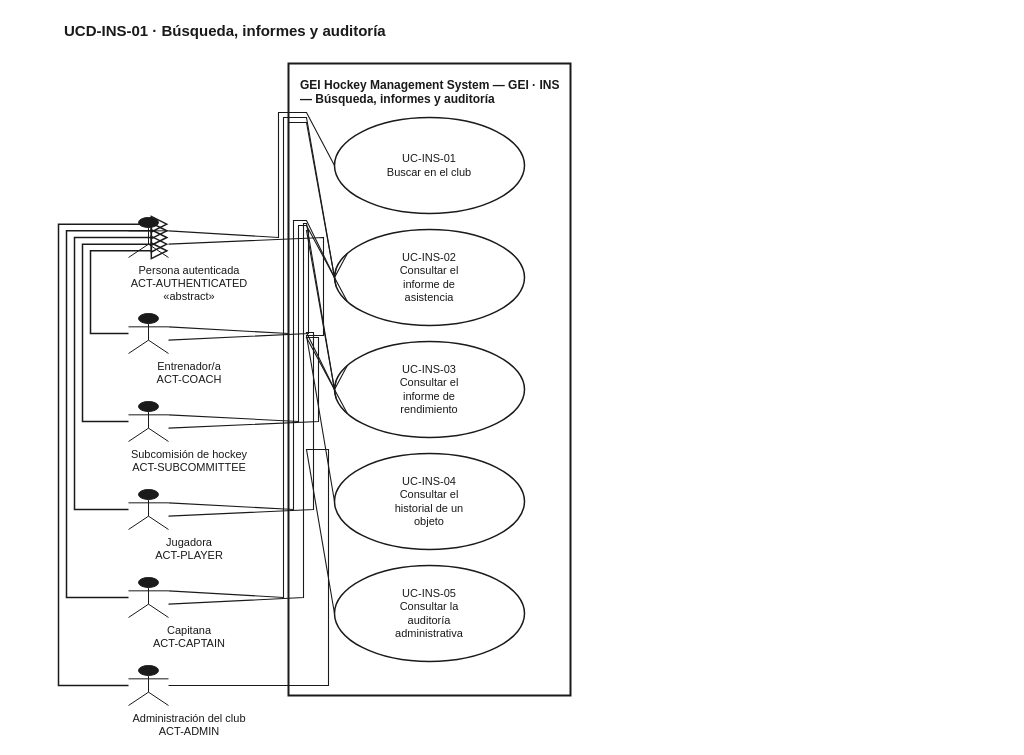
Earlier version of the draw.io diagram docs/uml/use-cases/source-v1_1/UCD-INS-01__GEI_Search_Reports_Audit.drawio (xeyroxpagode/Cluber). Source tidied: cells renumbered, new cells numbered last; positions are measured from the earlier drawing's top-left corner, leaving out a move shared by most shapes. Both pictures are drawn from the tidied source at 100%, with x=0, y=0 at pixel (58, 17).
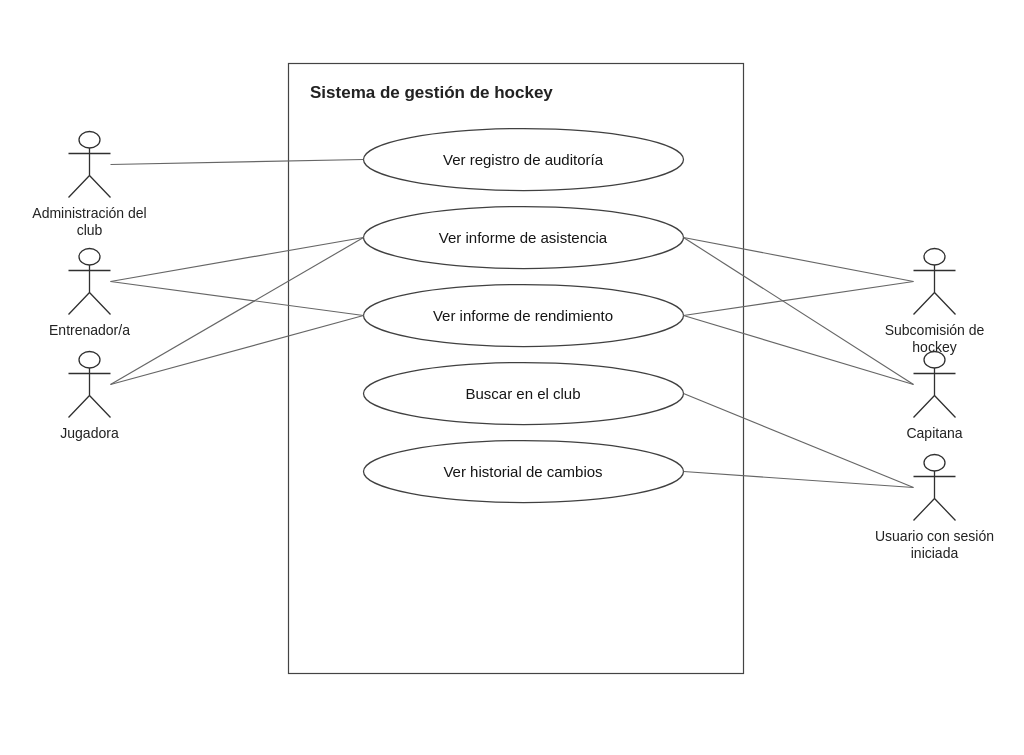
The same page after the edit.

The edit, as a diff of the source:
```diff
@@
-<mxGraphModel>
+<mxGraphModel background="#FFFFFF">
@@
-    <mxCell id="2" value="UCD-INS-01 · Búsqueda, informes y auditoría" style="text;html=1;strokeColor=none;fillColor=none;align=left;verticalAlign=middle;fontFamily=Helvetica;fontSize=15;fontStyle=1;fontColor=#1A1A1A;" parent="1" vertex="1">
-      <mxGeometry x="4" width="800" height="26" as="geometry" />
-    </mxCell>
-    <mxCell id="3" value="GEI Hockey Management System — GEI · INS — Búsqueda, informes y auditoría" style="rounded=0;whiteSpace=wrap;html=1;fillColor=#FFFFFF;strokeColor=#1A1A1A;strokeWidth=2;verticalAlign=top;align=left;spacingLeft=10;spacingTop=8;fontFamily=Helvetica;fontSize=12;fontStyle=1;fontColor=#1A1A1A;" parent="1" vertex="1">
-      <mxGeometry x="230" y="46" width="282" height="632" as="geometry" />
+    <mxCell id="3" value="Sistema de gestión de hockey" style="rounded=0;whiteSpace=wrap;html=1;fillColor=#FFFFFF;strokeColor=#444444;strokeWidth=1.2;fontStyle=1;fontSize=17;fontColor=#222222;align=left;verticalAlign=top;spacingLeft=20;spacingTop=13;" parent="1" vertex="1">
+      <mxGeometry x="230" y="46" width="455" height="610" as="geometry" />
     </mxCell>
-    <mxCell id="4" value="UC-INS-01&lt;br&gt;Buscar en el club" style="ellipse;whiteSpace=wrap;html=1;fillColor=#FFFFFF;strokeColor=#1A1A1A;strokeWidth=1.5;fontFamily=Helvetica;fontSize=11;fontColor=#1A1A1A;align=center;verticalAlign=middle;" parent="1" vertex="1">
-      <mxGeometry x="276" y="100" width="190" height="96" as="geometry" />
-    </mxCell>
-    <mxCell id="5" value="UC-INS-02&lt;br&gt;Consultar el&lt;br&gt;informe de&lt;br&gt;asistencia" style="ellipse;whiteSpace=wrap;html=1;fillColor=#FFFFFF;strokeColor=#1A1A1A;strokeWidth=1.5;fontFamily=Helvetica;fontSize=11;fontColor=#1A1A1A;align=center;verticalAlign=middle;" parent="1" vertex="1">
-      <mxGeometry x="276" y="212" width="190" height="96" as="geometry" />
-    </mxCell>
-    <mxCell id="6" value="UC-INS-03&lt;br&gt;Consultar el&lt;br&gt;informe de&lt;br&gt;rendimiento" style="ellipse;whiteSpace=wrap;html=1;fillColor=#FFFFFF;strokeColor=#1A1A1A;strokeWidth=1.5;fontFamily=Helvetica;fontSize=11;fontColor=#1A1A1A;align=center;verticalAlign=middle;" parent="1" vertex="1">
-      <mxGeometry x="276" y="324" width="190" height="96" as="geometry" />
-    </mxCell>
-    <mxCell id="7" value="UC-INS-04&lt;br&gt;Consultar el&lt;br&gt;historial de un&lt;br&gt;objeto" style="ellipse;whiteSpace=wrap;html=1;fillColor=#FFFFFF;strokeColor=#1A1A1A;strokeWidth=1.5;fontFamily=Helvetica;fontSize=11;fontColor=#1A1A1A;align=center;verticalAlign=middle;" parent="1" vertex="1">
-      <mxGeometry x="276" y="436" width="190" height="96" as="geometry" />
-    </mxCell>
-    <mxCell id="8" value="UC-INS-05&lt;br&gt;Consultar la&lt;br&gt;auditoría&lt;br&gt;administrativa" style="ellipse;whiteSpace=wrap;html=1;fillColor=#FFFFFF;strokeColor=#1A1A1A;strokeWidth=1.5;fontFamily=Helvetica;fontSize=11;fontColor=#1A1A1A;align=center;verticalAlign=middle;" parent="1" vertex="1">
-      <mxGeometry x="276" y="548" width="190" height="96" as="geometry" />
-    </mxCell>
-    <mxCell id="9" style="shape=umlActor;html=1;verticalLabelPosition=bottom;verticalAlign=top;align=center;labelBackgroundColor=#FFFFFF;fontFamily=Helvetica;fontSize=11;fontColor=#1A1A1A;strokeColor=#1A1A1A;fillColor=#1A1A1A;" parent="1" vertex="1">
-      <mxGeometry x="70" y="200" width="40" height="40" as="geometry" />
-    </mxCell>
-    <mxCell id="10" value="Persona autenticada&lt;br&gt;ACT-AUTHENTICATED&lt;br&gt;«abstract»" style="text;html=1;strokeColor=none;fillColor=none;align=center;verticalAlign=top;fontFamily=Helvetica;fontSize=11;fontColor=#1A1A1A;whiteSpace=wrap;" parent="1" vertex="1">
-      <mxGeometry x="46" y="240" width="170" height="42" as="geometry" />
-    </mxCell>
-    <mxCell id="11" style="shape=umlActor;html=1;verticalLabelPosition=bottom;verticalAlign=top;align=center;labelBackgroundColor=#FFFFFF;fontFamily=Helvetica;fontSize=11;fontColor=#1A1A1A;strokeColor=#1A1A1A;fillColor=#1A1A1A;" parent="1" vertex="1">
-      <mxGeometry x="70" y="296" width="40" height="40" as="geometry" />
-    </mxCell>
-    <mxCell id="12" value="Entrenador/a&lt;br&gt;ACT-COACH" style="text;html=1;strokeColor=none;fillColor=none;align=center;verticalAlign=top;fontFamily=Helvetica;fontSize=11;fontColor=#1A1A1A;whiteSpace=wrap;" parent="1" vertex="1">
-      <mxGeometry x="46" y="336" width="170" height="28" as="geometry" />
-    </mxCell>
-    <mxCell id="13" style="shape=umlActor;html=1;verticalLabelPosition=bottom;verticalAlign=top;align=center;labelBackgroundColor=#FFFFFF;fontFamily=Helvetica;fontSize=11;fontColor=#1A1A1A;strokeColor=#1A1A1A;fillColor=#1A1A1A;" parent="1" vertex="1">
-      <mxGeometry x="70" y="384" width="40" height="40" as="geometry" />
-    </mxCell>
-    <mxCell id="14" value="Subcomisión de hockey&lt;br&gt;ACT-SUBCOMMITTEE" style="text;html=1;strokeColor=none;fillColor=none;align=center;verticalAlign=top;fontFamily=Helvetica;fontSize=11;fontColor=#1A1A1A;whiteSpace=wrap;" parent="1" vertex="1">
-      <mxGeometry x="46" y="424" width="170" height="28" as="geometry" />
-    </mxCell>
-    <mxCell id="15" style="shape=umlActor;html=1;verticalLabelPosition=bottom;verticalAlign=top;align=center;labelBackgroundColor=#FFFFFF;fontFamily=Helvetica;fontSize=11;fontColor=#1A1A1A;strokeColor=#1A1A1A;fillColor=#1A1A1A;" parent="1" vertex="1">
-      <mxGeometry x="70" y="472" width="40" height="40" as="geometry" />
-    </mxCell>
-    <mxCell id="16" value="Jugadora&lt;br&gt;ACT-PLAYER" style="text;html=1;strokeColor=none;fillColor=none;align=center;verticalAlign=top;fontFamily=Helvetica;fontSize=11;fontColor=#1A1A1A;whiteSpace=wrap;" parent="1" vertex="1">
-      <mxGeometry x="46" y="512" width="170" height="28" as="geometry" />
-    </mxCell>
-    <mxCell id="17" style="shape=umlActor;html=1;verticalLabelPosition=bottom;verticalAlign=top;align=center;labelBackgroundColor=#FFFFFF;fontFamily=Helvetica;fontSize=11;fontColor=#1A1A1A;strokeColor=#1A1A1A;fillColor=#1A1A1A;" parent="1" vertex="1">
-      <mxGeometry x="70" y="560" width="40" height="40" as="geometry" />
-    </mxCell>
-    <mxCell id="18" value="Capitana&lt;br&gt;ACT-CAPTAIN" style="text;html=1;strokeColor=none;fillColor=none;align=center;verticalAlign=top;fontFamily=Helvetica;fontSize=11;fontColor=#1A1A1A;whiteSpace=wrap;" parent="1" vertex="1">
-      <mxGeometry x="46" y="600" width="170" height="28" as="geometry" />
-    </mxCell>
-    <mxCell id="19" style="shape=umlActor;html=1;verticalLabelPosition=bottom;verticalAlign=top;align=center;labelBackgroundColor=#FFFFFF;fontFamily=Helvetica;fontSize=11;fontColor=#1A1A1A;strokeColor=#1A1A1A;fillColor=#1A1A1A;" parent="1" vertex="1">
-      <mxGeometry x="70" y="648" width="40" height="40" as="geometry" />
-    </mxCell>
-    <mxCell id="20" value="Administración del club&lt;br&gt;ACT-ADMIN" style="text;html=1;strokeColor=none;fillColor=none;align=center;verticalAlign=top;fontFamily=Helvetica;fontSize=11;fontColor=#1A1A1A;whiteSpace=wrap;" parent="1" vertex="1">
-      <mxGeometry x="46" y="688" width="170" height="28" as="geometry" />
-    </mxCell>
-    <mxCell id="21" style="endArrow=block;endFill=0;endSize=14;html=1;rounded=0;strokeColor=#1A1A1A;strokeWidth=1.5;exitX=0;exitY=0.5;exitDx=0;exitDy=0;entryX=1;entryY=0.1667;entryDx=0;entryDy=0;" parent="1" edge="1" source="19" target="9">
-      <mxGeometry relative="1" as="geometry">
-        <Array as="points">
-          <mxPoint y="668" />
-          <mxPoint y="206.7" />
-        </Array>
-      </mxGeometry>
-    </mxCell>
-    <mxCell id="22" style="endArrow=block;endFill=0;endSize=14;html=1;rounded=0;strokeColor=#1A1A1A;strokeWidth=1.5;exitX=0;exitY=0.5;exitDx=0;exitDy=0;entryX=1;entryY=0.3333;entryDx=0;entryDy=0;" parent="1" edge="1" source="17" target="9">
-      <mxGeometry relative="1" as="geometry">
-        <Array as="points">
-          <mxPoint x="8" y="580" />
-          <mxPoint x="8" y="213.3" />
-        </Array>
-      </mxGeometry>
-    </mxCell>
-    <mxCell id="23" style="endArrow=block;endFill=0;endSize=14;html=1;rounded=0;strokeColor=#1A1A1A;strokeWidth=1.5;exitX=0;exitY=0.5;exitDx=0;exitDy=0;entryX=1;entryY=0.5000;entryDx=0;entryDy=0;" parent="1" edge="1" source="15" target="9">
-      <mxGeometry relative="1" as="geometry">
-        <Array as="points">
-          <mxPoint x="16" y="492" />
-          <mxPoint x="16" y="220" />
-        </Array>
-      </mxGeometry>
-    </mxCell>
-    <mxCell id="24" style="endArrow=block;endFill=0;endSize=14;html=1;rounded=0;strokeColor=#1A1A1A;strokeWidth=1.5;exitX=0;exitY=0.5;exitDx=0;exitDy=0;entryX=1;entryY=0.6667;entryDx=0;entryDy=0;" parent="1" edge="1" source="13" target="9">
-      <mxGeometry relative="1" as="geometry">
-        <Array as="points">
-          <mxPoint x="24" y="404" />
-          <mxPoint x="24" y="226.7" />
-        </Array>
-      </mxGeometry>
-    </mxCell>
-    <mxCell id="25" style="endArrow=block;endFill=0;endSize=14;html=1;rounded=0;strokeColor=#1A1A1A;strokeWidth=1.5;exitX=0;exitY=0.5;exitDx=0;exitDy=0;entryX=1;entryY=0.8333;entryDx=0;entryDy=0;" parent="1" edge="1" source="11" target="9">
-      <mxGeometry relative="1" as="geometry">
-        <Array as="points">
-          <mxPoint x="32" y="316" />
-          <mxPoint x="32" y="233.3" />
-        </Array>
-      </mxGeometry>
-    </mxCell>
-    <mxCell id="26" style="endArrow=none;html=1;rounded=0;strokeColor=#1A1A1A;strokeWidth=1.1;exitX=1;exitY=0.3333333333333333;exitDx=0;exitDy=0;entryX=0;entryY=0.5;entryDx=0;entryDy=0;" parent="1" edge="1" source="9" target="4">
-      <mxGeometry relative="1" as="geometry">
-        <Array as="points">
-          <mxPoint x="220" y="220" />
-          <mxPoint x="220" y="95" />
-          <mxPoint x="248" y="95" />
-          <mxPoint x="276" y="148" />
-        </Array>
-      </mxGeometry>
-    </mxCell>
-    <mxCell id="27" style="endArrow=none;html=1;rounded=0;strokeColor=#1A1A1A;strokeWidth=1.1;exitX=1;exitY=0.3333333333333333;exitDx=0;exitDy=0;entryX=0;entryY=0.8;entryDx=0;entryDy=0;" parent="1" edge="1" source="17" target="5">
-      <mxGeometry relative="1" as="geometry">
-        <Array as="points">
-          <mxPoint x="225" y="580" />
-          <mxPoint x="225" y="100" />
-          <mxPoint x="248" y="100" />
-          <mxPoint x="276" y="260" />
-        </Array>
-      </mxGeometry>
-    </mxCell>
-    <mxCell id="28" style="endArrow=none;html=1;rounded=0;strokeColor=#1A1A1A;strokeWidth=1.1;exitX=1;exitY=0.3333333333333333;exitDx=0;exitDy=0;entryX=0;entryY=0.2;entryDx=0;entryDy=0;" parent="1" edge="1" source="11" target="5">
-      <mxGeometry relative="1" as="geometry">
-        <Array as="points">
-          <mxPoint x="230" y="316" />
-          <mxPoint x="230" y="105" />
-          <mxPoint x="248" y="105" />
-          <mxPoint x="276" y="260" />
-        </Array>
-      </mxGeometry>
-    </mxCell>
-    <mxCell id="29" style="endArrow=none;html=1;rounded=0;strokeColor=#1A1A1A;strokeWidth=1.1;exitX=1;exitY=0.3333333333333333;exitDx=0;exitDy=0;entryX=0;entryY=0.6;entryDx=0;entryDy=0;" parent="1" edge="1" source="15" target="5">
-      <mxGeometry relative="1" as="geometry">
-        <Array as="points">
-          <mxPoint x="235" y="492" />
-          <mxPoint x="235" y="203" />
-          <mxPoint x="248" y="203" />
-          <mxPoint x="276" y="260" />
-        </Array>
-      </mxGeometry>
-    </mxCell>
-    <mxCell id="30" style="endArrow=none;html=1;rounded=0;strokeColor=#1A1A1A;strokeWidth=1.1;exitX=1;exitY=0.3333333333333333;exitDx=0;exitDy=0;entryX=0;entryY=0.4;entryDx=0;entryDy=0;" parent="1" edge="1" source="13" target="5">
-      <mxGeometry relative="1" as="geometry">
-        <Array as="points">
-          <mxPoint x="240" y="404" />
-          <mxPoint x="240" y="208" />
-          <mxPoint x="248" y="208" />
-          <mxPoint x="276" y="260" />
-        </Array>
-      </mxGeometry>
-    </mxCell>
-    <mxCell id="31" style="endArrow=none;html=1;rounded=0;strokeColor=#1A1A1A;strokeWidth=1.1;exitX=1;exitY=0.6666666666666666;exitDx=0;exitDy=0;entryX=0;entryY=0.8;entryDx=0;entryDy=0;" parent="1" edge="1" source="17" target="6">
-      <mxGeometry relative="1" as="geometry">
-        <Array as="points">
-          <mxPoint x="245" y="580" />
-          <mxPoint x="245" y="206" />
-          <mxPoint x="248" y="206" />
-          <mxPoint x="276" y="372" />
-        </Array>
-      </mxGeometry>
-    </mxCell>
-    <mxCell id="32" style="endArrow=none;html=1;rounded=0;strokeColor=#1A1A1A;strokeWidth=1.1;exitX=1;exitY=0.6666666666666666;exitDx=0;exitDy=0;entryX=0;entryY=0.2;entryDx=0;entryDy=0;" parent="1" edge="1" source="11" target="6">
-      <mxGeometry relative="1" as="geometry">
-        <Array as="points">
-          <mxPoint x="250" y="316" />
-          <mxPoint x="250" y="213" />
-          <mxPoint x="248" y="213" />
-          <mxPoint x="276" y="372" />
-        </Array>
-      </mxGeometry>
-    </mxCell>
-    <mxCell id="33" style="endArrow=none;html=1;rounded=0;strokeColor=#1A1A1A;strokeWidth=1.1;exitX=1;exitY=0.6666666666666666;exitDx=0;exitDy=0;entryX=0;entryY=0.6;entryDx=0;entryDy=0;" parent="1" edge="1" source="15" target="6">
-      <mxGeometry relative="1" as="geometry">
-        <Array as="points">
-          <mxPoint x="255" y="492" />
-          <mxPoint x="255" y="315" />
-          <mxPoint x="248" y="315" />
-          <mxPoint x="276" y="372" />
-        </Array>
-      </mxGeometry>
-    </mxCell>
-    <mxCell id="34" style="endArrow=none;html=1;rounded=0;strokeColor=#1A1A1A;strokeWidth=1.1;exitX=1;exitY=0.6666666666666666;exitDx=0;exitDy=0;entryX=0;entryY=0.4;entryDx=0;entryDy=0;" parent="1" edge="1" source="13" target="6">
-      <mxGeometry relative="1" as="geometry">
-        <Array as="points">
-          <mxPoint x="260" y="404" />
-          <mxPoint x="260" y="320" />
-          <mxPoint x="248" y="320" />
-          <mxPoint x="276" y="372" />
-        </Array>
-      </mxGeometry>
-    </mxCell>
-    <mxCell id="35" style="endArrow=none;html=1;rounded=0;strokeColor=#1A1A1A;strokeWidth=1.1;exitX=1;exitY=0.6666666666666666;exitDx=0;exitDy=0;entryX=0;entryY=0.5;entryDx=0;entryDy=0;" parent="1" edge="1" source="9" target="7">
-      <mxGeometry relative="1" as="geometry">
-        <Array as="points">
-          <mxPoint x="265" y="220" />
-          <mxPoint x="265" y="318" />
-          <mxPoint x="248" y="318" />
-          <mxPoint x="276" y="484" />
-        </Array>
-      </mxGeometry>
-    </mxCell>
-    <mxCell id="36" style="endArrow=none;html=1;rounded=0;strokeColor=#1A1A1A;strokeWidth=1.1;exitX=1;exitY=0.5;exitDx=0;exitDy=0;entryX=0;entryY=0.5;entryDx=0;entryDy=0;" parent="1" edge="1" source="19" target="8">
-      <mxGeometry relative="1" as="geometry">
-        <Array as="points">
-          <mxPoint x="270" y="668" />
-          <mxPoint x="270" y="432" />
-          <mxPoint x="248" y="432" />
-          <mxPoint x="276" y="596" />
-        </Array>
-      </mxGeometry>
-    </mxCell>
+    <mxCell id="37" value="Ver registro de auditoría" style="ellipse;html=1;whiteSpace=wrap;fillColor=#FFFFFF;strokeColor=#404040;strokeWidth=1.25;fontColor=#161616;fontSize=15;align=center;verticalAlign=middle;spacing=10;" parent="1" vertex="1">
+      <mxGeometry x="305" y="111" width="320" height="62" as="geometry" />
+    </mxCell>
+    <mxCell id="38" value="Ver informe de asistencia" style="ellipse;html=1;whiteSpace=wrap;fillColor=#FFFFFF;strokeColor=#404040;strokeWidth=1.25;fontColor=#161616;fontSize=15;align=center;verticalAlign=middle;spacing=10;" parent="1" vertex="1">
+      <mxGeometry x="305" y="189" width="320" height="62" as="geometry" />
+    </mxCell>
+    <mxCell id="39" value="Ver informe de rendimiento" style="ellipse;html=1;whiteSpace=wrap;fillColor=#FFFFFF;strokeColor=#404040;strokeWidth=1.25;fontColor=#161616;fontSize=15;align=center;verticalAlign=middle;spacing=10;" parent="1" vertex="1">
+      <mxGeometry x="305" y="267" width="320" height="62" as="geometry" />
+    </mxCell>
+    <mxCell id="40" value="Buscar en el club" style="ellipse;html=1;whiteSpace=wrap;fillColor=#FFFFFF;strokeColor=#404040;strokeWidth=1.25;fontColor=#161616;fontSize=15;align=center;verticalAlign=middle;spacing=10;" parent="1" vertex="1">
+      <mxGeometry x="305" y="345" width="320" height="62" as="geometry" />
+    </mxCell>
+    <mxCell id="41" value="Ver historial de cambios" style="ellipse;html=1;whiteSpace=wrap;fillColor=#FFFFFF;strokeColor=#404040;strokeWidth=1.25;fontColor=#161616;fontSize=15;align=center;verticalAlign=middle;spacing=10;" parent="1" vertex="1">
+      <mxGeometry x="305" y="423" width="320" height="62" as="geometry" />
+    </mxCell>
+    <mxCell id="42" style="shape=umlActor;html=1;strokeColor=#303030;strokeWidth=1.3;fillColor=#FFFFFF;" parent="1" vertex="1">
+      <mxGeometry x="10" y="114" width="42" height="66" as="geometry" />
+    </mxCell>
+    <mxCell id="43" value="Administración del club" style="text;html=1;whiteSpace=wrap;align=center;verticalAlign=top;fontSize=14;fontColor=#222222;fillColor=none;strokeColor=none;" parent="1" vertex="1">
+      <mxGeometry x="-41" y="181" width="145" height="44" as="geometry" />
+    </mxCell>
+    <mxCell id="44" style="shape=umlActor;html=1;strokeColor=#303030;strokeWidth=1.3;fillColor=#FFFFFF;" parent="1" vertex="1">
+      <mxGeometry x="855" y="231" width="42" height="66" as="geometry" />
+    </mxCell>
+    <mxCell id="45" value="Subcomisión de hockey" style="text;html=1;whiteSpace=wrap;align=center;verticalAlign=top;fontSize=14;fontColor=#222222;fillColor=none;strokeColor=none;" parent="1" vertex="1">
+      <mxGeometry x="804" y="298" width="145" height="44" as="geometry" />
+    </mxCell>
+    <mxCell id="46" style="shape=umlActor;html=1;strokeColor=#303030;strokeWidth=1.3;fillColor=#FFFFFF;" parent="1" vertex="1">
+      <mxGeometry x="10" y="231" width="42" height="66" as="geometry" />
+    </mxCell>
+    <mxCell id="47" value="Entrenador/a" style="text;html=1;whiteSpace=wrap;align=center;verticalAlign=top;fontSize=14;fontColor=#222222;fillColor=none;strokeColor=none;" parent="1" vertex="1">
+      <mxGeometry x="-41" y="298" width="145" height="44" as="geometry" />
+    </mxCell>
+    <mxCell id="48" style="shape=umlActor;html=1;strokeColor=#303030;strokeWidth=1.3;fillColor=#FFFFFF;" parent="1" vertex="1">
+      <mxGeometry x="855" y="334" width="42" height="66" as="geometry" />
+    </mxCell>
+    <mxCell id="49" value="Capitana" style="text;html=1;whiteSpace=wrap;align=center;verticalAlign=top;fontSize=14;fontColor=#222222;fillColor=none;strokeColor=none;" parent="1" vertex="1">
+      <mxGeometry x="804" y="401" width="145" height="44" as="geometry" />
+    </mxCell>
+    <mxCell id="50" style="shape=umlActor;html=1;strokeColor=#303030;strokeWidth=1.3;fillColor=#FFFFFF;" parent="1" vertex="1">
+      <mxGeometry x="10" y="334" width="42" height="66" as="geometry" />
+    </mxCell>
+    <mxCell id="51" value="Jugadora" style="text;html=1;whiteSpace=wrap;align=center;verticalAlign=top;fontSize=14;fontColor=#222222;fillColor=none;strokeColor=none;" parent="1" vertex="1">
+      <mxGeometry x="-41" y="401" width="145" height="44" as="geometry" />
+    </mxCell>
+    <mxCell id="52" style="shape=umlActor;html=1;strokeColor=#303030;strokeWidth=1.3;fillColor=#FFFFFF;" parent="1" vertex="1">
+      <mxGeometry x="855" y="437" width="42" height="66" as="geometry" />
+    </mxCell>
+    <mxCell id="53" value="Usuario con sesión iniciada" style="text;html=1;whiteSpace=wrap;align=center;verticalAlign=top;fontSize=14;fontColor=#222222;fillColor=none;strokeColor=none;" parent="1" vertex="1">
+      <mxGeometry x="804" y="504" width="145" height="44" as="geometry" />
+    </mxCell>
+    <mxCell id="54" style="endArrow=none;startArrow=none;html=1;strokeColor=#666666;strokeWidth=1.15;rounded=0;edgeStyle=none;exitX=1;exitY=0.5;entryX=0;entryY=0.5;" parent="1" edge="1" source="42" target="37">
+      <mxGeometry relative="1" as="geometry" />
+    </mxCell>
+    <mxCell id="55" style="endArrow=none;startArrow=none;html=1;strokeColor=#666666;strokeWidth=1.15;rounded=0;edgeStyle=none;exitX=0;exitY=0.5;entryX=1;entryY=0.5;" parent="1" edge="1" source="48" target="38">
+      <mxGeometry relative="1" as="geometry" />
+    </mxCell>
+    <mxCell id="56" style="endArrow=none;startArrow=none;html=1;strokeColor=#666666;strokeWidth=1.15;rounded=0;edgeStyle=none;exitX=0;exitY=0.5;entryX=1;entryY=0.5;" parent="1" edge="1" source="48" target="39">
+      <mxGeometry relative="1" as="geometry" />
+    </mxCell>
+    <mxCell id="57" style="endArrow=none;startArrow=none;html=1;strokeColor=#666666;strokeWidth=1.15;rounded=0;edgeStyle=none;exitX=1;exitY=0.5;entryX=0;entryY=0.5;" parent="1" edge="1" source="46" target="38">
+      <mxGeometry relative="1" as="geometry" />
+    </mxCell>
+    <mxCell id="58" style="endArrow=none;startArrow=none;html=1;strokeColor=#666666;strokeWidth=1.15;rounded=0;edgeStyle=none;exitX=1;exitY=0.5;entryX=0;entryY=0.5;" parent="1" edge="1" source="46" target="39">
+      <mxGeometry relative="1" as="geometry" />
+    </mxCell>
+    <mxCell id="59" style="endArrow=none;startArrow=none;html=1;strokeColor=#666666;strokeWidth=1.15;rounded=0;edgeStyle=none;exitX=1;exitY=0.5;entryX=0;entryY=0.5;" parent="1" edge="1" source="50" target="38">
+      <mxGeometry relative="1" as="geometry" />
+    </mxCell>
+    <mxCell id="60" style="endArrow=none;startArrow=none;html=1;strokeColor=#666666;strokeWidth=1.15;rounded=0;edgeStyle=none;exitX=1;exitY=0.5;entryX=0;entryY=0.5;" parent="1" edge="1" source="50" target="39">
+      <mxGeometry relative="1" as="geometry" />
+    </mxCell>
+    <mxCell id="61" style="endArrow=none;startArrow=none;html=1;strokeColor=#666666;strokeWidth=1.15;rounded=0;edgeStyle=none;exitX=0;exitY=0.5;entryX=1;entryY=0.5;" parent="1" edge="1" source="52" target="40">
+      <mxGeometry relative="1" as="geometry" />
+    </mxCell>
+    <mxCell id="62" style="endArrow=none;startArrow=none;html=1;strokeColor=#666666;strokeWidth=1.15;rounded=0;edgeStyle=none;exitX=0;exitY=0.5;entryX=1;entryY=0.5;" parent="1" edge="1" source="52" target="41">
+      <mxGeometry relative="1" as="geometry" />
+    </mxCell>
+    <mxCell id="63" style="endArrow=none;startArrow=none;html=1;strokeColor=#666666;strokeWidth=1.15;rounded=0;edgeStyle=none;exitX=0;exitY=0.5;entryX=1;entryY=0.5;" parent="1" edge="1" source="44" target="38">
+      <mxGeometry relative="1" as="geometry" />
+    </mxCell>
+    <mxCell id="64" style="endArrow=none;startArrow=none;html=1;strokeColor=#666666;strokeWidth=1.15;rounded=0;edgeStyle=none;exitX=0;exitY=0.5;entryX=1;entryY=0.5;" parent="1" edge="1" source="44" target="39">
+      <mxGeometry relative="1" as="geometry" />
+    </mxCell>
```
